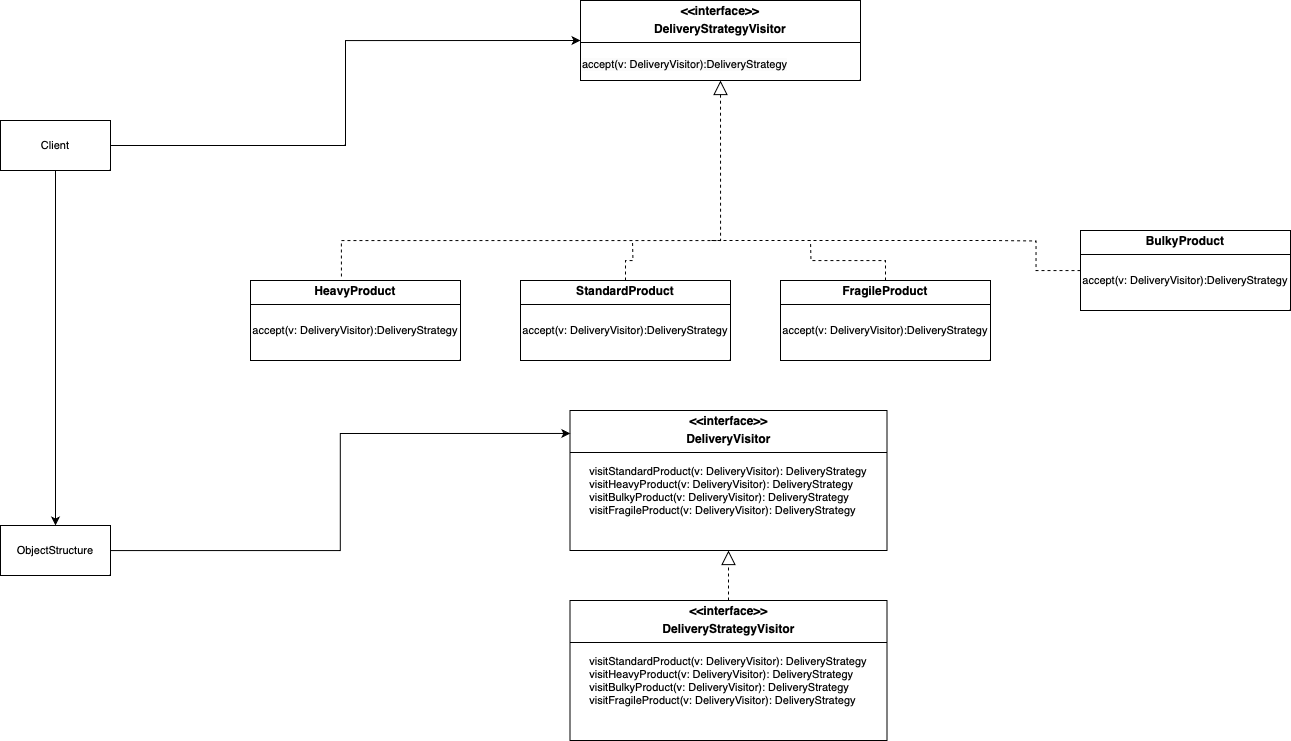
Before: docs/Images/diagramaVisitor.png, a diagram exported from draw.io (UnBArqDsw2024-2/2024.2_G2_Brecho_Entrega_03). Source tidied: cells renumbered, new cells last; positions are measured from the earlier drawing's top-left corner, leaving out a move shared by most shapes. Source of this version:
```xml
<mxGraphModel background="#FFFFFF">
  <root>
    <mxCell id="0" />
    <mxCell id="1" parent="0" />
    <mxCell id="2" value="&lt;p style=&quot;margin:0px;margin-top:4px;text-align:center;&quot;&gt;&lt;b&gt;HeavyProduct&lt;/b&gt;&lt;/p&gt;&lt;hr size=&quot;1&quot; style=&quot;border-style:solid;&quot;&gt;&lt;div style=&quot;height:2px;&quot;&gt;&lt;/div&gt;" style="verticalAlign=top;align=left;overflow=fill;html=1;whiteSpace=wrap;labelBackgroundColor=none;" parent="1" vertex="1">
      <mxGeometry x="250" y="280" width="210" height="80" as="geometry" />
    </mxCell>
    <mxCell id="3" style="edgeStyle=orthogonalEdgeStyle;shape=connector;rounded=0;jettySize=auto;html=1;dashed=1;align=center;verticalAlign=middle;fontFamily=Helvetica;fontSize=11;fontColor=default;labelBackgroundColor=none;endArrow=none;endFill=0;endSize=12;" parent="1" edge="1" source="4">
      <mxGeometry relative="1" as="geometry">
        <mxPoint x="632" y="240" as="targetPoint" />
      </mxGeometry>
    </mxCell>
    <mxCell id="4" value="&lt;p style=&quot;margin:0px;margin-top:4px;text-align:center;&quot;&gt;&lt;b&gt;StandardProduct&lt;/b&gt;&lt;/p&gt;&lt;hr size=&quot;1&quot; style=&quot;border-style:solid;&quot;&gt;&lt;div style=&quot;height:2px;&quot;&gt;&lt;/div&gt;" style="verticalAlign=top;align=left;overflow=fill;html=1;whiteSpace=wrap;labelBackgroundColor=none;" parent="1" vertex="1">
      <mxGeometry x="520" y="280" width="210" height="80" as="geometry" />
    </mxCell>
    <mxCell id="5" style="edgeStyle=orthogonalEdgeStyle;shape=connector;rounded=0;jettySize=auto;html=1;dashed=1;align=center;verticalAlign=middle;fontFamily=Helvetica;fontSize=11;fontColor=default;labelBackgroundColor=none;endArrow=none;endFill=0;endSize=12;jumpSize=5;" parent="1" edge="1" source="6">
      <mxGeometry relative="1" as="geometry">
        <mxPoint x="810" y="240" as="targetPoint" />
      </mxGeometry>
    </mxCell>
    <mxCell id="6" value="&lt;p style=&quot;margin:0px;margin-top:4px;text-align:center;&quot;&gt;&lt;b&gt;FragileProduct&lt;/b&gt;&lt;/p&gt;&lt;hr size=&quot;1&quot; style=&quot;border-style:solid;&quot;&gt;&lt;div style=&quot;height:2px;&quot;&gt;&lt;/div&gt;" style="verticalAlign=top;align=left;overflow=fill;html=1;whiteSpace=wrap;labelBackgroundColor=none;" parent="1" vertex="1">
      <mxGeometry x="780" y="280" width="210" height="80" as="geometry" />
    </mxCell>
    <mxCell id="7" style="edgeStyle=orthogonalEdgeStyle;shape=connector;rounded=0;jettySize=auto;html=1;dashed=1;align=center;verticalAlign=middle;fontFamily=Helvetica;fontSize=11;fontColor=default;labelBackgroundColor=none;endArrow=none;endFill=0;endSize=12;" parent="1" edge="1" source="8">
      <mxGeometry relative="1" as="geometry">
        <mxPoint x="990" y="240" as="targetPoint" />
      </mxGeometry>
    </mxCell>
    <mxCell id="8" value="&lt;p style=&quot;margin:0px;margin-top:4px;text-align:center;&quot;&gt;&lt;b&gt;BulkyProduct&lt;/b&gt;&lt;/p&gt;&lt;hr size=&quot;1&quot; style=&quot;border-style:solid;&quot;&gt;&lt;div style=&quot;height:2px;&quot;&gt;&lt;/div&gt;" style="verticalAlign=top;align=left;overflow=fill;html=1;whiteSpace=wrap;labelBackgroundColor=none;" parent="1" vertex="1">
      <mxGeometry x="1080" y="230" width="210" height="80" as="geometry" />
    </mxCell>
    <mxCell id="9" style="endArrow=none;dashed=1;endFill=0;endSize=12;html=1;rounded=0;labelBackgroundColor=none;fontColor=default;" parent="1" edge="1">
      <mxGeometry relative="1" as="geometry">
        <mxPoint x="990" y="240" as="sourcePoint" />
        <mxPoint x="710" y="240" as="targetPoint" />
        <Array as="points">
          <mxPoint x="860" y="240" />
        </Array>
      </mxGeometry>
    </mxCell>
    <mxCell id="10" style="edgeStyle=orthogonalEdgeStyle;shape=connector;rounded=0;jettySize=auto;html=1;entryX=0.5;entryY=1;entryDx=0;entryDy=0;dashed=1;align=center;verticalAlign=middle;fontFamily=Helvetica;fontSize=11;fontColor=default;labelBackgroundColor=none;endArrow=block;endFill=0;endSize=12;exitX=0.433;exitY=-0.05;exitDx=0;exitDy=0;exitPerimeter=0;" parent="1" edge="1" source="2" target="25">
      <mxGeometry relative="1" as="geometry">
        <Array as="points">
          <mxPoint x="341" y="240" />
          <mxPoint x="720" y="240" />
        </Array>
      </mxGeometry>
    </mxCell>
    <mxCell id="11" value="accept(v: DeliveryVisitor):DeliveryStrategy" style="text;html=1;align=center;verticalAlign=middle;whiteSpace=wrap;rounded=0;fontFamily=Helvetica;fontSize=11;labelBackgroundColor=none;" parent="1" vertex="1">
      <mxGeometry x="250" y="320" width="210" height="20" as="geometry" />
    </mxCell>
    <mxCell id="12" value="accept(v: DeliveryVisitor):DeliveryStrategy" style="text;html=1;align=center;verticalAlign=middle;whiteSpace=wrap;rounded=0;fontFamily=Helvetica;fontSize=11;labelBackgroundColor=none;" parent="1" vertex="1">
      <mxGeometry x="520" y="320" width="210" height="20" as="geometry" />
    </mxCell>
    <mxCell id="13" value="accept(v: DeliveryVisitor):DeliveryStrategy" style="text;html=1;align=center;verticalAlign=middle;whiteSpace=wrap;rounded=0;fontFamily=Helvetica;fontSize=11;labelBackgroundColor=none;" parent="1" vertex="1">
      <mxGeometry x="780" y="320" width="210" height="20" as="geometry" />
    </mxCell>
    <mxCell id="14" value="accept(v: DeliveryVisitor):DeliveryStrategy" style="text;html=1;align=center;verticalAlign=middle;whiteSpace=wrap;rounded=0;fontFamily=Helvetica;fontSize=11;labelBackgroundColor=none;" parent="1" vertex="1">
      <mxGeometry x="1080" y="270" width="210" height="20" as="geometry" />
    </mxCell>
    <mxCell id="15" value="&lt;p style=&quot;margin:0px;margin-top:4px;text-align:center;&quot;&gt;&lt;b&gt;&amp;lt;&amp;lt;interface&amp;gt;&amp;gt;&lt;/b&gt;&lt;/p&gt;&lt;p style=&quot;margin:0px;margin-top:4px;text-align:center;&quot;&gt;&lt;b&gt;DeliveryVisitor&lt;/b&gt;&lt;/p&gt;&lt;hr size=&quot;1&quot; style=&quot;border-style:solid;&quot;&gt;&lt;div style=&quot;height:2px;&quot;&gt;&lt;/div&gt;" style="verticalAlign=top;align=left;overflow=fill;html=1;whiteSpace=wrap;labelBackgroundColor=none;" parent="1" vertex="1">
      <mxGeometry x="569.5" y="410" width="317" height="140" as="geometry" />
    </mxCell>
    <mxCell id="16" value="&lt;span style=&quot;text-align: left; float: none; display: inline !important; caret-color: rgb(0, 0, 0); color: rgb(0, 0, 0); background-color: rgb(255, 255, 255);&quot;&gt;visitStandardProduct(v: DeliveryVisitor): DeliveryStrategy&lt;/span&gt;&lt;div style=&quot;text-align: left; caret-color: rgb(0, 0, 0); color: rgb(0, 0, 0); background-color: rgb(255, 255, 255);&quot;&gt;visitHeavyProduct(v: DeliveryVisitor): DeliveryStrategy&lt;br&gt;&lt;/div&gt;&lt;div style=&quot;text-align: left; caret-color: rgb(0, 0, 0); color: rgb(0, 0, 0); background-color: rgb(255, 255, 255);&quot;&gt;visitBulkyProduct(v: DeliveryVisitor): DeliveryStrategy&lt;br&gt;&lt;/div&gt;&lt;div style=&quot;text-align: left; caret-color: rgb(0, 0, 0); color: rgb(0, 0, 0); background-color: rgb(255, 255, 255);&quot;&gt;visitFragileProduct(v: DeliveryVisitor): DeliveryStrategy&lt;/div&gt;&lt;div style=&quot;text-align: left; caret-color: rgb(0, 0, 0); color: rgb(0, 0, 0); background-color: rgb(255, 255, 255);&quot;&gt;&lt;br&gt;&lt;/div&gt;&lt;div style=&quot;text-align: left; caret-color: rgb(0, 0, 0); color: rgb(0, 0, 0); background-color: rgb(255, 255, 255);&quot;&gt;&lt;br&gt;&lt;/div&gt;" style="text;html=1;align=center;verticalAlign=middle;whiteSpace=wrap;rounded=0;fontFamily=Helvetica;fontSize=11;labelBackgroundColor=none;" parent="1" vertex="1">
      <mxGeometry x="543" y="480" width="370" height="45" as="geometry" />
    </mxCell>
    <mxCell id="17" style="edgeStyle=orthogonalEdgeStyle;shape=connector;rounded=0;jettySize=auto;html=1;entryX=0.5;entryY=1;entryDx=0;entryDy=0;dashed=1;align=center;verticalAlign=middle;fontFamily=Helvetica;fontSize=11;fontColor=default;labelBackgroundColor=none;endArrow=block;endFill=0;endSize=12;" parent="1" edge="1" source="18" target="15">
      <mxGeometry relative="1" as="geometry" />
    </mxCell>
    <mxCell id="18" value="&lt;p style=&quot;margin:0px;margin-top:4px;text-align:center;&quot;&gt;&lt;b&gt;&amp;lt;&amp;lt;interface&amp;gt;&amp;gt;&lt;/b&gt;&lt;/p&gt;&lt;p style=&quot;margin:0px;margin-top:4px;text-align:center;&quot;&gt;&lt;b&gt;DeliveryStrategyVisitor&lt;/b&gt;&lt;/p&gt;&lt;hr size=&quot;1&quot; style=&quot;border-style:solid;&quot;&gt;&lt;div style=&quot;height:2px;&quot;&gt;&lt;/div&gt;" style="verticalAlign=top;align=left;overflow=fill;html=1;whiteSpace=wrap;labelBackgroundColor=none;" parent="1" vertex="1">
      <mxGeometry x="569.5" y="600" width="317" height="140" as="geometry" />
    </mxCell>
    <mxCell id="19" value="&lt;span style=&quot;text-align: left; float: none; display: inline !important; caret-color: rgb(0, 0, 0); color: rgb(0, 0, 0); background-color: rgb(255, 255, 255);&quot;&gt;visitStandardProduct(v: DeliveryVisitor): DeliveryStrategy&lt;/span&gt;&lt;div style=&quot;text-align: left; caret-color: rgb(0, 0, 0); color: rgb(0, 0, 0); background-color: rgb(255, 255, 255);&quot;&gt;visitHeavyProduct(v: DeliveryVisitor): DeliveryStrategy&lt;br&gt;&lt;/div&gt;&lt;div style=&quot;text-align: left; caret-color: rgb(0, 0, 0); color: rgb(0, 0, 0); background-color: rgb(255, 255, 255);&quot;&gt;visitBulkyProduct(v: DeliveryVisitor): DeliveryStrategy&lt;br&gt;&lt;/div&gt;&lt;div style=&quot;text-align: left; caret-color: rgb(0, 0, 0); color: rgb(0, 0, 0); background-color: rgb(255, 255, 255);&quot;&gt;visitFragileProduct(v: DeliveryVisitor): DeliveryStrategy&lt;/div&gt;&lt;div style=&quot;text-align: left; caret-color: rgb(0, 0, 0); color: rgb(0, 0, 0); background-color: rgb(255, 255, 255);&quot;&gt;&lt;br&gt;&lt;/div&gt;&lt;div style=&quot;text-align: left; caret-color: rgb(0, 0, 0); color: rgb(0, 0, 0); background-color: rgb(255, 255, 255);&quot;&gt;&lt;br&gt;&lt;/div&gt;" style="text;html=1;align=center;verticalAlign=middle;whiteSpace=wrap;rounded=0;fontFamily=Helvetica;fontSize=11;labelBackgroundColor=none;" parent="1" vertex="1">
      <mxGeometry x="543" y="670" width="370" height="45" as="geometry" />
    </mxCell>
    <mxCell id="20" style="edgeStyle=orthogonalEdgeStyle;rounded=0;jettySize=auto;html=1;entryX=0;entryY=0.5;entryDx=0;entryDy=0;" parent="1" edge="1" source="22" target="25">
      <mxGeometry relative="1" as="geometry" />
    </mxCell>
    <mxCell id="21" style="edgeStyle=orthogonalEdgeStyle;rounded=0;jettySize=auto;html=1;entryX=0.5;entryY=0;entryDx=0;entryDy=0;" parent="1" edge="1" source="22" target="23">
      <mxGeometry relative="1" as="geometry" />
    </mxCell>
    <mxCell id="22" value="Client" style="html=1;whiteSpace=wrap;fontFamily=Helvetica;fontSize=11;labelBackgroundColor=none;" parent="1" vertex="1">
      <mxGeometry y="120" width="110" height="50" as="geometry" />
    </mxCell>
    <mxCell id="23" value="ObjectStructure" style="html=1;whiteSpace=wrap;fontFamily=Helvetica;fontSize=11;labelBackgroundColor=none;" parent="1" vertex="1">
      <mxGeometry y="525" width="110" height="50" as="geometry" />
    </mxCell>
    <mxCell id="24" style="edgeStyle=orthogonalEdgeStyle;rounded=0;jettySize=auto;html=1;entryX=0.001;entryY=0.164;entryDx=0;entryDy=0;entryPerimeter=0;labelBackgroundColor=none;fontColor=default;" parent="1" edge="1" source="23" target="15">
      <mxGeometry relative="1" as="geometry" />
    </mxCell>
    <mxCell id="25" value="&lt;p style=&quot;margin:0px;margin-top:4px;text-align:center;&quot;&gt;&lt;b&gt;&amp;lt;&amp;lt;interface&amp;gt;&amp;gt;&lt;/b&gt;&lt;/p&gt;&lt;p style=&quot;margin:0px;margin-top:4px;text-align:center;&quot;&gt;&lt;b&gt;DeliveryStrategyVisitor&lt;/b&gt;&lt;/p&gt;&lt;hr size=&quot;1&quot; style=&quot;border-style:solid;&quot;&gt;&lt;div style=&quot;height:2px;&quot;&gt;&lt;/div&gt;" style="verticalAlign=top;align=left;overflow=fill;html=1;whiteSpace=wrap;labelBackgroundColor=none;" parent="1" vertex="1">
      <mxGeometry x="580" width="280" height="80" as="geometry" />
    </mxCell>
    <mxCell id="26" value="&lt;span style=&quot;caret-color: rgb(0, 0, 0); color: rgb(0, 0, 0); font-family: Helvetica; font-size: 11px; font-style: normal; font-variant-caps: normal; font-weight: 400; letter-spacing: normal; orphans: auto; text-align: center; text-indent: 0px; text-transform: none; white-space: normal; widows: auto; word-spacing: 0px; -webkit-text-stroke-width: 0px; background-color: rgb(251, 251, 251); text-decoration: none; display: inline !important; float: none;&quot;&gt;accept(v: DeliveryVisitor):DeliveryStrategy&lt;/span&gt;" style="text;whiteSpace=wrap;html=1;" parent="1" vertex="1">
      <mxGeometry x="580" y="50" width="240" height="40" as="geometry" />
    </mxCell>
  </root>
</mxGraphModel>
```
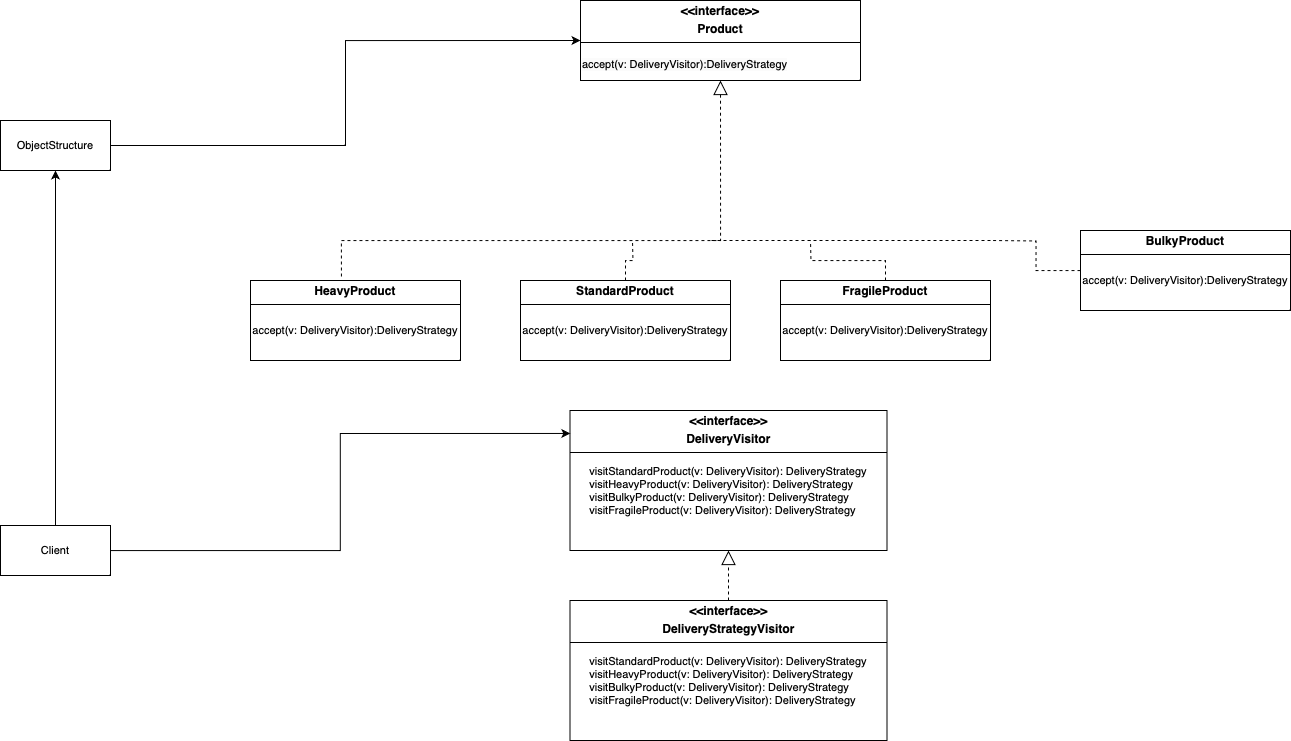
Later version of the same file.

Commit message:
ajustando diagrama visitor

Change to the diagram source:
```diff
@@ -76,19 +76,19 @@
     <mxCell id="20" style="edgeStyle=orthogonalEdgeStyle;rounded=0;jettySize=auto;html=1;entryX=0;entryY=0.5;entryDx=0;entryDy=0;" parent="1" edge="1" source="22" target="25">
       <mxGeometry relative="1" as="geometry" />
     </mxCell>
-    <mxCell id="21" style="edgeStyle=orthogonalEdgeStyle;rounded=0;jettySize=auto;html=1;entryX=0.5;entryY=0;entryDx=0;entryDy=0;" parent="1" edge="1" source="22" target="23">
-      <mxGeometry relative="1" as="geometry" />
-    </mxCell>
-    <mxCell id="22" value="Client" style="html=1;whiteSpace=wrap;fontFamily=Helvetica;fontSize=11;labelBackgroundColor=none;" parent="1" vertex="1">
+    <mxCell id="22" value="ObjectStructure" style="html=1;whiteSpace=wrap;fontFamily=Helvetica;fontSize=11;labelBackgroundColor=none;" parent="1" vertex="1">
       <mxGeometry y="120" width="110" height="50" as="geometry" />
     </mxCell>
+    <mxCell id="27" style="edgeStyle=orthogonalEdgeStyle;rounded=0;jettySize=auto;html=1;entryX=0.5;entryY=1;entryDx=0;entryDy=0;" parent="1" edge="1" source="23" target="22">
+      <mxGeometry relative="1" as="geometry" />
+    </mxCell>
-    <mxCell id="23" value="ObjectStructure" style="html=1;whiteSpace=wrap;fontFamily=Helvetica;fontSize=11;labelBackgroundColor=none;" parent="1" vertex="1">
+    <mxCell id="23" value="Client" style="html=1;whiteSpace=wrap;fontFamily=Helvetica;fontSize=11;labelBackgroundColor=none;" parent="1" vertex="1">
       <mxGeometry y="525" width="110" height="50" as="geometry" />
     </mxCell>
     <mxCell id="24" style="edgeStyle=orthogonalEdgeStyle;rounded=0;jettySize=auto;html=1;entryX=0.001;entryY=0.164;entryDx=0;entryDy=0;entryPerimeter=0;labelBackgroundColor=none;fontColor=default;" parent="1" edge="1" source="23" target="15">
       <mxGeometry relative="1" as="geometry" />
     </mxCell>
-    <mxCell id="25" value="&lt;p style=&quot;margin:0px;margin-top:4px;text-align:center;&quot;&gt;&lt;b&gt;&amp;lt;&amp;lt;interface&amp;gt;&amp;gt;&lt;/b&gt;&lt;/p&gt;&lt;p style=&quot;margin:0px;margin-top:4px;text-align:center;&quot;&gt;&lt;b&gt;DeliveryStrategyVisitor&lt;/b&gt;&lt;/p&gt;&lt;hr size=&quot;1&quot; style=&quot;border-style:solid;&quot;&gt;&lt;div style=&quot;height:2px;&quot;&gt;&lt;/div&gt;" style="verticalAlign=top;align=left;overflow=fill;html=1;whiteSpace=wrap;labelBackgroundColor=none;" parent="1" vertex="1">
+    <mxCell id="25" value="&lt;p style=&quot;margin:0px;margin-top:4px;text-align:center;&quot;&gt;&lt;b&gt;&amp;lt;&amp;lt;interface&amp;gt;&amp;gt;&lt;/b&gt;&lt;/p&gt;&lt;p style=&quot;margin:0px;margin-top:4px;text-align:center;&quot;&gt;&lt;b&gt;Product&lt;/b&gt;&lt;/p&gt;&lt;hr size=&quot;1&quot; style=&quot;border-style:solid;&quot;&gt;&lt;div style=&quot;height:2px;&quot;&gt;&lt;/div&gt;" style="verticalAlign=top;align=left;overflow=fill;html=1;whiteSpace=wrap;labelBackgroundColor=none;" parent="1" vertex="1">
       <mxGeometry x="580" width="280" height="80" as="geometry" />
     </mxCell>
     <mxCell id="26" value="&lt;span style=&quot;caret-color: rgb(0, 0, 0); color: rgb(0, 0, 0); font-family: Helvetica; font-size: 11px; font-style: normal; font-variant-caps: normal; font-weight: 400; letter-spacing: normal; orphans: auto; text-align: center; text-indent: 0px; text-transform: none; white-space: normal; widows: auto; word-spacing: 0px; -webkit-text-stroke-width: 0px; background-color: rgb(251, 251, 251); text-decoration: none; display: inline !important; float: none;&quot;&gt;accept(v: DeliveryVisitor):DeliveryStrategy&lt;/span&gt;" style="text;whiteSpace=wrap;html=1;" parent="1" vertex="1">
```
